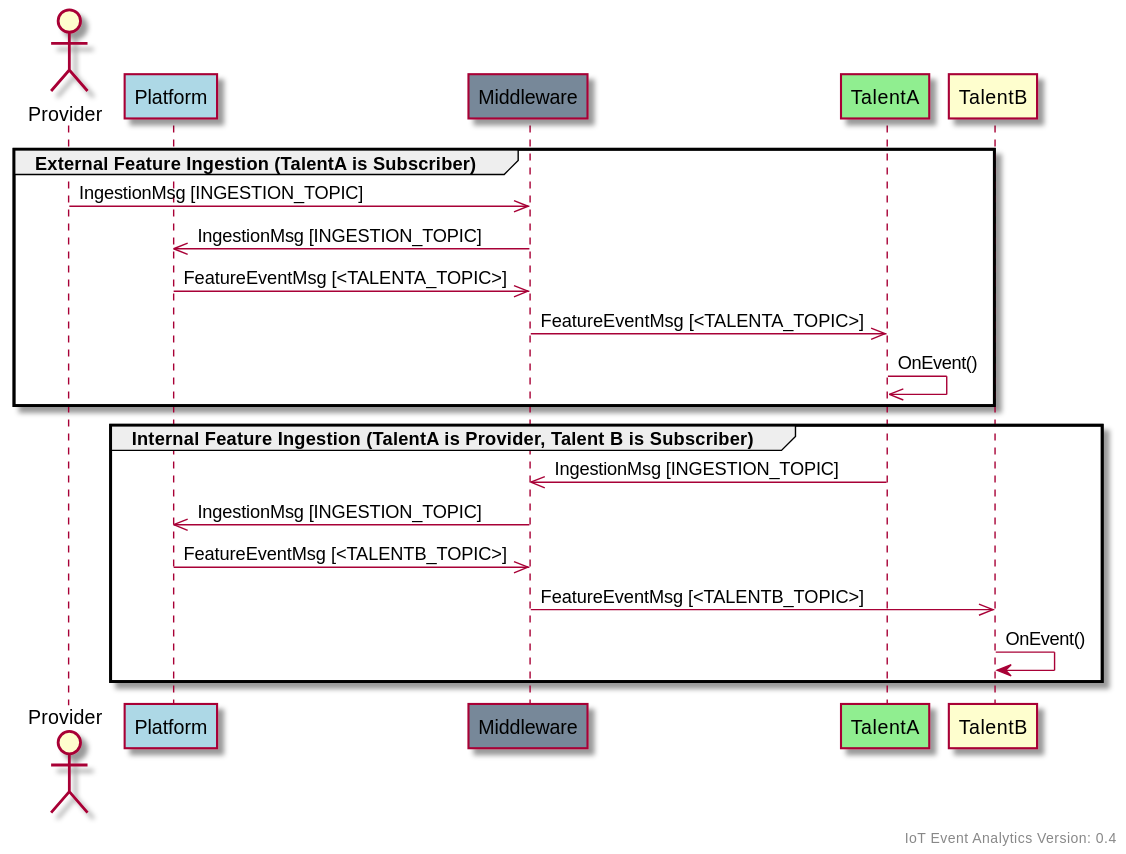
Earlier version of the PlantUML export docs/topics/assets/plantuml/communication_pub_sub.svg (COVESA/iot-event-analytics).
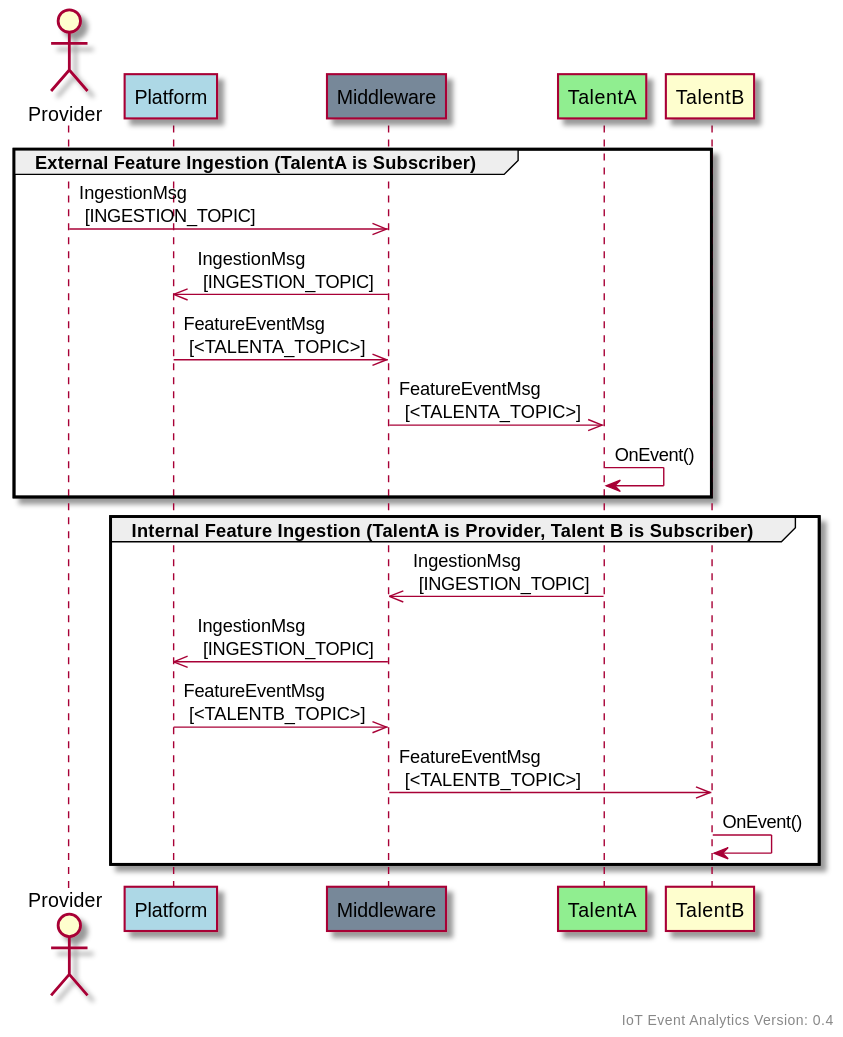
The same diagram one commit later.

Commit message:
Small improvements in communication

What changed in the source:
```diff
@@ -14,18 +14,18 @@
     participant TalentB as TalentA #LightGreen
 
     group External Feature Ingestion (TalentA is Subscriber)
-        Provider ->> Middleware: IngestionMsg [INGESTION_TOPIC]
-        Middleware ->> Platform: IngestionMsg [INGESTION_TOPIC]
-        Platform ->> Middleware: FeatureEventMsg [<TALENTA_TOPIC>]
-        Middleware ->> TalentA: FeatureEventMsg [<TALENTA_TOPIC>]
-        TalentA ->> TalentA: OnEvent()
+        Provider ->> Middleware: IngestionMsg \n [INGESTION_TOPIC]
+        Middleware ->> Platform: IngestionMsg \n [INGESTION_TOPIC]
+        Platform ->> Middleware: FeatureEventMsg \n [<TALENTA_TOPIC>]
+        Middleware ->> TalentA: FeatureEventMsg \n [<TALENTA_TOPIC>]
+        TalentA -> TalentA: OnEvent()
     end
 
     group Internal Feature Ingestion (TalentA is Provider, Talent B is Subscriber)
-        TalentA ->> Middleware: IngestionMsg [INGESTION_TOPIC]
-        Middleware ->> Platform: IngestionMsg [INGESTION_TOPIC]
-        Platform ->> Middleware: FeatureEventMsg [<TALENTB_TOPIC>]
-        Middleware ->> TalentB: FeatureEventMsg [<TALENTB_TOPIC>]
+        TalentA ->> Middleware: IngestionMsg \n [INGESTION_TOPIC]
+        Middleware ->> Platform: IngestionMsg \n [INGESTION_TOPIC]
+        Platform ->> Middleware: FeatureEventMsg \n [<TALENTB_TOPIC>]
+        Middleware ->> TalentB: FeatureEventMsg \n [<TALENTB_TOPIC>]
         TalentB -> TalentB: OnEvent()
     end
 @enduml
```
